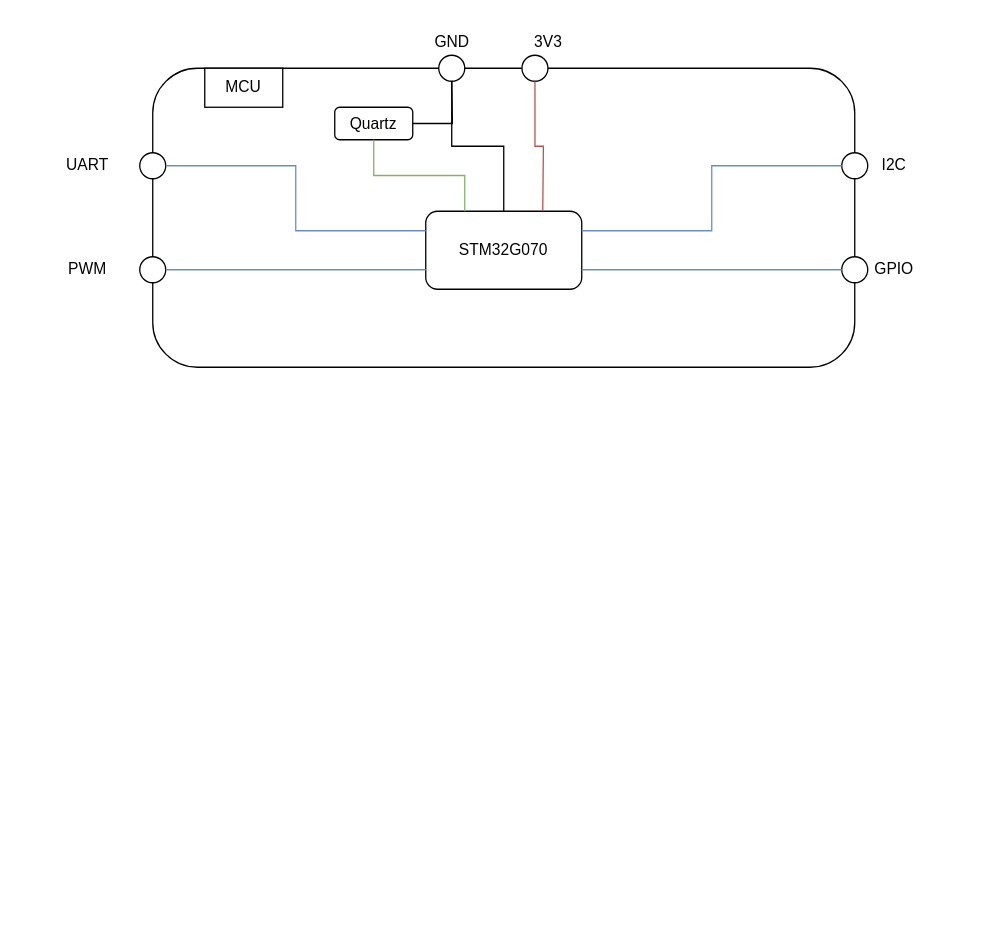
Before: Electronics/System Diagram/src/SchemaArchitecturalMCU.drawio in SamiAsfary/Project_ESE, a draw.io diagram. Source tidied: cells renumbered, new cells numbered last; positions are measured from the earlier drawing's top-left corner, leaving out a move shared by most shapes. Both pictures are drawn from the tidied source at 130%, with x=0, y=0 at pixel (48, 22).
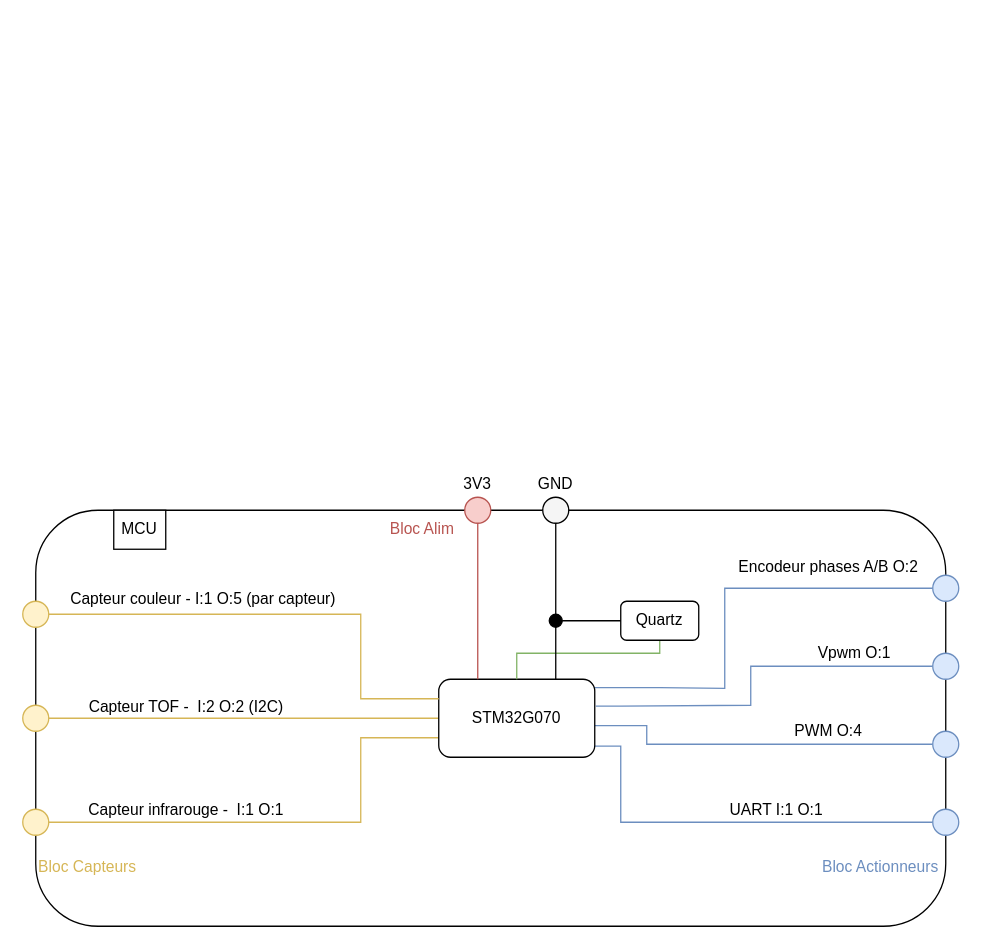
The same page after the edit.

What changed in the source:
```diff
@@
-    <mxCell id="2" style="rounded=1;whiteSpace=wrap;html=1;backgroundOutline=0;" parent="1" vertex="1">
-      <mxGeometry x="80" y="35" width="540" height="230" as="geometry" />
-    </mxCell>
-    <mxCell id="3" value="MCU" style="rounded=0;whiteSpace=wrap;html=1;" parent="1" vertex="1">
-      <mxGeometry x="120" y="35" width="60" height="30" as="geometry" />
-    </mxCell>
-    <mxCell id="4" style="ellipse;whiteSpace=wrap;html=1;" parent="1" vertex="1">
-      <mxGeometry x="610" y="100" width="20" height="20" as="geometry" />
-    </mxCell>
-    <mxCell id="5" style="ellipse;whiteSpace=wrap;html=1;" parent="1" vertex="1">
-      <mxGeometry x="610" y="180" width="20" height="20" as="geometry" />
-    </mxCell>
-    <mxCell id="6" style="ellipse;whiteSpace=wrap;html=1;" parent="1" vertex="1">
-      <mxGeometry x="70" y="100" width="20" height="20" as="geometry" />
-    </mxCell>
-    <mxCell id="7" style="ellipse;whiteSpace=wrap;html=1;" parent="1" vertex="1">
-      <mxGeometry x="70" y="180" width="20" height="20" as="geometry" />
-    </mxCell>
-    <mxCell id="8" style="ellipse;whiteSpace=wrap;html=1;" parent="1" vertex="1">
-      <mxGeometry x="300" y="25" width="20" height="20" as="geometry" />
-    </mxCell>
-    <mxCell id="9" style="ellipse;whiteSpace=wrap;html=1;" parent="1" vertex="1">
-      <mxGeometry x="364" y="25" width="20" height="20" as="geometry" />
-    </mxCell>
+    <mxCell id="26" style="rounded=1;whiteSpace=wrap;html=1;" parent="1" vertex="1">
+      <mxGeometry x="-10" y="375" width="700" height="320" as="geometry" />
+    </mxCell>
+    <mxCell id="27" style="edgeStyle=orthogonalEdgeStyle;rounded=0;jettySize=auto;html=1;exitX=0;exitY=0.5;exitDx=0;exitDy=0;entryX=0;entryY=0.5;entryDx=0;entryDy=0;strokeColor=#D6B656;startArrow=none;startFill=0;endArrow=none;endFill=0;fillColor=#fff2cc;" parent="1" edge="1" source="10" target="26">
+      <mxGeometry relative="1" as="geometry">
+        <Array as="points">
+          <mxPoint x="120" y="535" />
+          <mxPoint x="120" y="535" />
+        </Array>
+      </mxGeometry>
+    </mxCell>
+    <mxCell id="28" style="edgeStyle=orthogonalEdgeStyle;rounded=0;jettySize=auto;html=1;exitX=0;exitY=0.75;exitDx=0;exitDy=0;entryX=0;entryY=0.75;entryDx=0;entryDy=0;strokeColor=#d6b656;startArrow=none;startFill=0;endArrow=none;endFill=0;fillColor=#fff2cc;" parent="1" edge="1" source="10" target="26">
+      <mxGeometry relative="1" as="geometry">
+        <Array as="points">
+          <mxPoint x="240" y="550" />
+          <mxPoint x="240" y="615" />
+        </Array>
+      </mxGeometry>
+    </mxCell>
+    <mxCell id="29" style="edgeStyle=orthogonalEdgeStyle;rounded=0;jettySize=auto;html=1;exitX=1;exitY=0.858;exitDx=0;exitDy=0;strokeColor=#6C8EBF;startArrow=none;startFill=0;endArrow=none;endFill=0;fillColor=#dae8fc;exitPerimeter=0;" parent="1" edge="1" source="10" target="49">
+      <mxGeometry relative="1" as="geometry">
+        <Array as="points">
+          <mxPoint x="440" y="557" />
+          <mxPoint x="440" y="615" />
+        </Array>
+      </mxGeometry>
+    </mxCell>
+    <mxCell id="30" style="edgeStyle=orthogonalEdgeStyle;rounded=0;jettySize=auto;html=1;exitX=0.993;exitY=0.594;exitDx=0;exitDy=0;strokeColor=#6c8ebf;startArrow=none;startFill=0;endArrow=none;endFill=0;fillColor=#dae8fc;exitPerimeter=0;" parent="1" edge="1" source="10" target="50">
+      <mxGeometry relative="1" as="geometry">
+        <Array as="points">
+          <mxPoint x="460" y="541" />
+          <mxPoint x="460" y="555" />
+        </Array>
+      </mxGeometry>
+    </mxCell>
+    <mxCell id="31" style="edgeStyle=orthogonalEdgeStyle;rounded=0;jettySize=auto;html=1;exitX=1.007;exitY=0.344;exitDx=0;exitDy=0;strokeColor=#6c8ebf;startArrow=none;startFill=0;endArrow=none;endFill=0;exitPerimeter=0;fillColor=#dae8fc;" parent="1" edge="1" source="10" target="51">
+      <mxGeometry relative="1" as="geometry">
+        <Array as="points">
+          <mxPoint x="440" y="526" />
+          <mxPoint x="540" y="525" />
+          <mxPoint x="540" y="495" />
+        </Array>
+      </mxGeometry>
+    </mxCell>
+    <mxCell id="32" style="edgeStyle=orthogonalEdgeStyle;rounded=0;jettySize=auto;html=1;exitX=0.993;exitY=0.108;exitDx=0;exitDy=0;entryX=0;entryY=0.5;entryDx=0;entryDy=0;strokeColor=#6c8ebf;startArrow=none;startFill=0;endArrow=none;endFill=0;fillColor=#dae8fc;exitPerimeter=0;" parent="1" edge="1" source="10" target="52">
+      <mxGeometry relative="1" as="geometry">
+        <Array as="points">
+          <mxPoint x="470" y="512" />
+          <mxPoint x="520" y="512" />
+          <mxPoint x="520" y="435" />
+        </Array>
+      </mxGeometry>
+    </mxCell>
     <mxCell id="10" value="STM32G070" style="rounded=1;whiteSpace=wrap;html=1;" parent="1" vertex="1">
-      <mxGeometry x="290" y="145" width="120" height="60" as="geometry" />
+      <mxGeometry x="300" y="505" width="120" height="60" as="geometry" />
     </mxCell>
-    <mxCell id="11" style="endArrow=none;html=1;rounded=0;entryX=0;entryY=0.5;entryDx=0;entryDy=0;exitX=1;exitY=0.75;exitDx=0;exitDy=0;edgeStyle=orthogonalEdgeStyle;fillColor=#dae8fc;strokeColor=#6c8ebf;" parent="1" edge="1" source="10" target="5">
-      <mxGeometry relative="1" as="geometry" />
-    </mxCell>
-    <mxCell id="12" style="endArrow=none;html=1;rounded=0;entryX=0;entryY=0.5;entryDx=0;entryDy=0;exitX=1;exitY=0.25;exitDx=0;exitDy=0;edgeStyle=orthogonalEdgeStyle;fillColor=#dae8fc;strokeColor=#6c8ebf;" parent="1" edge="1" source="10" target="4">
-      <mxGeometry relative="1" as="geometry" />
-    </mxCell>
-    <mxCell id="13" value="I2C" style="text;html=1;align=center;verticalAlign=middle;strokeColor=none;fillColor=none;" parent="1" vertex="1">
-      <mxGeometry x="630" y="95" width="40" height="30" as="geometry" />
-    </mxCell>
-    <mxCell id="14" value="GPIO" style="text;html=1;align=center;verticalAlign=middle;strokeColor=none;fillColor=none;" parent="1" vertex="1">
-      <mxGeometry x="625" y="175" width="50" height="30" as="geometry" />
-    </mxCell>
-    <mxCell id="15" value="UART" style="text;html=1;strokeColor=none;fillColor=none;align=center;verticalAlign=middle;whiteSpace=wrap;rounded=0;" parent="1" vertex="1">
-      <mxGeometry y="95" width="60" height="30" as="geometry" />
-    </mxCell>
-    <mxCell id="16" value="PWM" style="text;html=1;strokeColor=none;fillColor=none;align=center;verticalAlign=middle;whiteSpace=wrap;rounded=0;" parent="1" vertex="1">
-      <mxGeometry y="175" width="60" height="30" as="geometry" />
-    </mxCell>
+    <mxCell id="33" style="edgeStyle=orthogonalEdgeStyle;rounded=0;jettySize=auto;html=1;exitX=0.5;exitY=1;exitDx=0;exitDy=0;entryX=0.5;entryY=0;entryDx=0;entryDy=0;endArrow=none;endFill=0;fillColor=#d5e8d4;strokeColor=#82b366;" parent="1" edge="1" source="17" target="10">
+      <mxGeometry relative="1" as="geometry">
+        <Array as="points">
+          <mxPoint x="470" y="485" />
+          <mxPoint x="360" y="485" />
+        </Array>
+      </mxGeometry>
+    </mxCell>
+    <mxCell id="34" style="edgeStyle=orthogonalEdgeStyle;rounded=0;jettySize=auto;html=1;exitX=1;exitY=0.5;exitDx=0;exitDy=0;endArrow=none;endFill=0;fillColor=#f5f5f5;strokeColor=#666666;startArrow=none;" parent="1" edge="1" source="39">
+      <mxGeometry relative="1" as="geometry">
+        <mxPoint x="390" y="460" as="targetPoint" />
+      </mxGeometry>
+    </mxCell>
     <mxCell id="17" value="Quartz" style="rounded=1;whiteSpace=wrap;html=1;" parent="1" vertex="1">
-      <mxGeometry x="220" y="65" width="60" height="25" as="geometry" />
+      <mxGeometry x="440" y="445" width="60" height="30" as="geometry" />
     </mxCell>
+    <mxCell id="35" style="edgeStyle=orthogonalEdgeStyle;rounded=0;jettySize=auto;html=1;exitX=0.5;exitY=1;exitDx=0;exitDy=0;entryX=0.75;entryY=0;entryDx=0;entryDy=0;endArrow=none;endFill=0;" parent="1" edge="1" source="36" target="10">
+      <mxGeometry relative="1" as="geometry" />
+    </mxCell>
+    <mxCell id="36" style="ellipse;whiteSpace=wrap;html=1;fillColor=#f5f5f5;fontColor=#333333;strokeColor=#000000;" parent="1" vertex="1">
+      <mxGeometry x="380" y="365" width="20" height="20" as="geometry" />
+    </mxCell>
+    <mxCell id="37" style="edgeStyle=orthogonalEdgeStyle;rounded=0;jettySize=auto;html=1;exitX=0.5;exitY=1;exitDx=0;exitDy=0;entryX=0.25;entryY=0;entryDx=0;entryDy=0;endArrow=none;endFill=0;fillColor=#f8cecc;strokeColor=#b85450;" parent="1" edge="1" source="38" target="10">
+      <mxGeometry relative="1" as="geometry" />
+    </mxCell>
+    <mxCell id="38" style="ellipse;whiteSpace=wrap;html=1;fillColor=#f8cecc;strokeColor=#b85450;" parent="1" vertex="1">
+      <mxGeometry x="320" y="365" width="20" height="20" as="geometry" />
+    </mxCell>
-    <mxCell id="18" value="GND" style="text;html=1;align=center;verticalAlign=middle;strokeColor=none;fillColor=none;" parent="1" vertex="1">
-      <mxGeometry x="285" width="50" height="30" as="geometry" />
+    <mxCell id="18" value="GND" style="text;html=1;strokeColor=none;fillColor=none;align=center;verticalAlign=middle;whiteSpace=wrap;rounded=0;" parent="1" vertex="1">
+      <mxGeometry x="370" y="345" width="40" height="20" as="geometry" />
     </mxCell>
-    <mxCell id="19" value="3V3" style="text;html=1;align=center;verticalAlign=middle;strokeColor=none;fillColor=none;" parent="1" vertex="1">
-      <mxGeometry x="364" width="40" height="30" as="geometry" />
+    <mxCell id="19" value="3V3" style="text;html=1;strokeColor=none;fillColor=none;align=center;verticalAlign=middle;whiteSpace=wrap;rounded=0;" parent="1" vertex="1">
+      <mxGeometry x="310" y="345" width="40" height="20" as="geometry" />
     </mxCell>
-    <mxCell id="20" style="endArrow=none;html=1;rounded=0;exitX=0;exitY=0.25;exitDx=0;exitDy=0;entryX=1;entryY=0.5;entryDx=0;entryDy=0;edgeStyle=orthogonalEdgeStyle;fillColor=#dae8fc;strokeColor=#6c8ebf;" parent="1" edge="1" source="10" target="6">
-      <mxGeometry relative="1" as="geometry" />
-    </mxCell>
-    <mxCell id="21" style="endArrow=none;html=1;rounded=0;exitX=0;exitY=0.75;exitDx=0;exitDy=0;entryX=1;entryY=0.5;entryDx=0;entryDy=0;fillColor=#dae8fc;strokeColor=#6c8ebf;" parent="1" edge="1" source="10" target="7">
-      <mxGeometry relative="1" as="geometry" />
-    </mxCell>
-    <mxCell id="22" style="endArrow=none;html=1;rounded=0;entryX=0.5;entryY=1;entryDx=0;entryDy=0;exitX=0.5;exitY=0;exitDx=0;exitDy=0;edgeStyle=orthogonalEdgeStyle;" parent="1" edge="1" source="10" target="8">
-      <mxGeometry relative="1" as="geometry" />
-    </mxCell>
-    <mxCell id="23" style="endArrow=none;html=1;rounded=0;entryX=0.5;entryY=1;entryDx=0;entryDy=0;edgeStyle=orthogonalEdgeStyle;fillColor=#f8cecc;strokeColor=#b85450;" parent="1" edge="1" target="9">
-      <mxGeometry relative="1" as="geometry">
-        <mxPoint x="380" y="145" as="sourcePoint" />
-      </mxGeometry>
-    </mxCell>
-    <mxCell id="24" style="endArrow=none;html=1;rounded=0;exitX=1;exitY=0.5;exitDx=0;exitDy=0;edgeStyle=orthogonalEdgeStyle;" parent="1" edge="1" source="17">
-      <mxGeometry relative="1" as="geometry">
-        <mxPoint x="310" y="45" as="targetPoint" />
-      </mxGeometry>
-    </mxCell>
-    <mxCell id="25" style="endArrow=none;html=1;rounded=0;exitX=0.25;exitY=0;exitDx=0;exitDy=0;entryX=0.5;entryY=1;entryDx=0;entryDy=0;fillColor=#d5e8d4;strokeColor=#82b366;edgeStyle=orthogonalEdgeStyle;" parent="1" edge="1" source="10" target="17">
-      <mxGeometry relative="1" as="geometry" />
-    </mxCell>
+    <mxCell id="3" value="MCU" style="rounded=0;whiteSpace=wrap;html=1;" parent="1" vertex="1">
+      <mxGeometry x="50" y="375" width="40" height="30" as="geometry" />
+    </mxCell>
+    <mxCell id="39" style="ellipse;whiteSpace=wrap;html=1;fillColor=#000000;" parent="1" vertex="1">
+      <mxGeometry x="385" y="455" width="10" height="10" as="geometry" />
+    </mxCell>
+    <mxCell id="40" style="edgeStyle=orthogonalEdgeStyle;rounded=0;jettySize=auto;html=1;exitX=0;exitY=0.5;exitDx=0;exitDy=0;endArrow=none;endFill=0;fillColor=#f5f5f5;strokeColor=#000000;" parent="1" edge="1" source="17" target="39">
+      <mxGeometry relative="1" as="geometry" />
+    </mxCell>
+    <mxCell id="41" style="endArrow=none;html=1;rounded=0;strokeColor=#D6B656;entryX=0;entryY=0.25;entryDx=0;entryDy=0;exitX=0;exitY=0.25;exitDx=0;exitDy=0;fillColor=#fff2cc;" parent="1" edge="1" source="26" target="10">
+      <mxGeometry relative="1" as="geometry">
+        <Array as="points">
+          <mxPoint x="240" y="455" />
+          <mxPoint x="240" y="495" />
+          <mxPoint x="240" y="520" />
+        </Array>
+      </mxGeometry>
+    </mxCell>
+    <mxCell id="42" value="Capteur couleur - I:1 O:5 (par capteur)" style="text;html=1;strokeColor=none;fillColor=none;align=center;verticalAlign=middle;whiteSpace=wrap;rounded=0;" parent="1" vertex="1">
+      <mxGeometry x="14" y="429" width="210" height="30" as="geometry" />
+    </mxCell>
+    <mxCell id="43" value="Capteur TOF - &amp;nbsp;I:2 O:2 (I2C)" style="text;html=1;strokeColor=none;fillColor=none;align=center;verticalAlign=middle;whiteSpace=wrap;rounded=0;" parent="1" vertex="1">
+      <mxGeometry x="24" y="512" width="164" height="30" as="geometry" />
+    </mxCell>
+    <mxCell id="44" value="Capteur infrarouge - &amp;nbsp;I:1 O:1" style="text;html=1;strokeColor=none;fillColor=none;align=center;verticalAlign=middle;whiteSpace=wrap;rounded=0;" parent="1" vertex="1">
+      <mxGeometry x="1" y="591" width="210" height="30" as="geometry" />
+    </mxCell>
+    <mxCell id="45" value="PWM O:4" style="text;html=1;strokeColor=none;fillColor=none;align=center;verticalAlign=middle;whiteSpace=wrap;rounded=0;" parent="1" vertex="1">
+      <mxGeometry x="560" y="535" width="80" height="20" as="geometry" />
+    </mxCell>
+    <mxCell id="46" value="UART I:1 O:1" style="text;html=1;strokeColor=none;fillColor=none;align=center;verticalAlign=middle;whiteSpace=wrap;rounded=0;" parent="1" vertex="1">
+      <mxGeometry x="520" y="596" width="80" height="20" as="geometry" />
+    </mxCell>
+    <mxCell id="47" value="Vpwm O:1" style="text;html=1;strokeColor=none;fillColor=none;align=center;verticalAlign=middle;whiteSpace=wrap;rounded=0;" parent="1" vertex="1">
+      <mxGeometry x="580" y="475" width="80" height="20" as="geometry" />
+    </mxCell>
+    <mxCell id="48" value="Encodeur phases A/B O:2" style="text;html=1;strokeColor=none;fillColor=none;align=center;verticalAlign=middle;whiteSpace=wrap;rounded=0;" parent="1" vertex="1">
+      <mxGeometry x="520" y="409" width="160" height="20" as="geometry" />
+    </mxCell>
+    <mxCell id="49" style="ellipse;whiteSpace=wrap;html=1;fillColor=#dae8fc;strokeColor=#6c8ebf;" parent="1" vertex="1">
+      <mxGeometry x="680" y="605" width="20" height="20" as="geometry" />
+    </mxCell>
+    <mxCell id="50" style="ellipse;whiteSpace=wrap;html=1;fillColor=#dae8fc;strokeColor=#6c8ebf;" parent="1" vertex="1">
+      <mxGeometry x="680" y="545" width="20" height="20" as="geometry" />
+    </mxCell>
+    <mxCell id="51" style="ellipse;whiteSpace=wrap;html=1;fillColor=#dae8fc;strokeColor=#6c8ebf;" parent="1" vertex="1">
+      <mxGeometry x="680" y="485" width="20" height="20" as="geometry" />
+    </mxCell>
+    <mxCell id="52" style="ellipse;whiteSpace=wrap;html=1;fillColor=#dae8fc;strokeColor=#6c8ebf;" parent="1" vertex="1">
+      <mxGeometry x="680" y="425" width="20" height="20" as="geometry" />
+    </mxCell>
+    <mxCell id="53" style="ellipse;whiteSpace=wrap;html=1;fillColor=#fff2cc;strokeColor=#d6b656;" parent="1" vertex="1">
+      <mxGeometry x="-20" y="605" width="20" height="20" as="geometry" />
+    </mxCell>
+    <mxCell id="54" style="ellipse;whiteSpace=wrap;html=1;fillColor=#fff2cc;strokeColor=#d6b656;" parent="1" vertex="1">
+      <mxGeometry x="-20" y="525" width="20" height="20" as="geometry" />
+    </mxCell>
+    <mxCell id="55" style="ellipse;whiteSpace=wrap;html=1;fillColor=#fff2cc;strokeColor=#d6b656;" parent="1" vertex="1">
+      <mxGeometry x="-20" y="445" width="20" height="20" as="geometry" />
+    </mxCell>
+    <mxCell id="56" value="&lt;font color=&quot;#6c8ebf&quot;&gt;Bloc Actionneurs&lt;/font&gt;" style="text;html=1;strokeColor=none;fillColor=none;align=center;verticalAlign=middle;whiteSpace=wrap;rounded=0;" parent="1" vertex="1">
+      <mxGeometry x="590" y="640" width="100" height="20" as="geometry" />
+    </mxCell>
+    <mxCell id="57" value="&lt;font color=&quot;#d6b656&quot;&gt;Bloc Capteurs&lt;/font&gt;" style="text;html=1;strokeColor=none;fillColor=none;align=center;verticalAlign=middle;whiteSpace=wrap;rounded=0;" parent="1" vertex="1">
+      <mxGeometry x="-10" y="635" width="80" height="30" as="geometry" />
+    </mxCell>
+    <mxCell id="58" value="&lt;font color=&quot;#b85450&quot;&gt;Bloc Alim&lt;/font&gt;" style="text;html=1;strokeColor=none;fillColor=none;align=center;verticalAlign=middle;whiteSpace=wrap;rounded=0;" parent="1" vertex="1">
+      <mxGeometry x="255" y="380" width="65" height="20" as="geometry" />
+    </mxCell>
```
